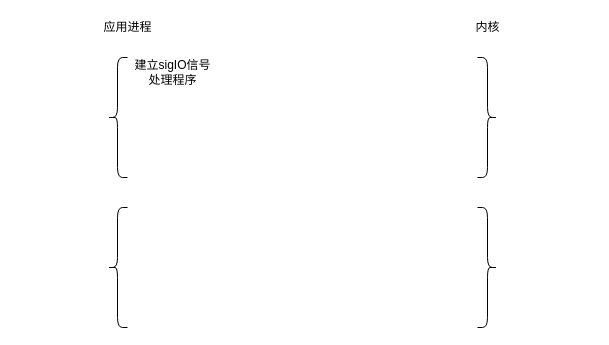
This is Untitled Diagram.drawio from tanshuanglin/tansony, a draw.io file, before an edit. Source tidied: cells renumbered, new cells numbered last; positions are measured from the earlier drawing's top-left corner, leaving out a move shared by most shapes. Both pictures are drawn from the tidied source at 100%, with x=0, y=0 at pixel (97, 17).
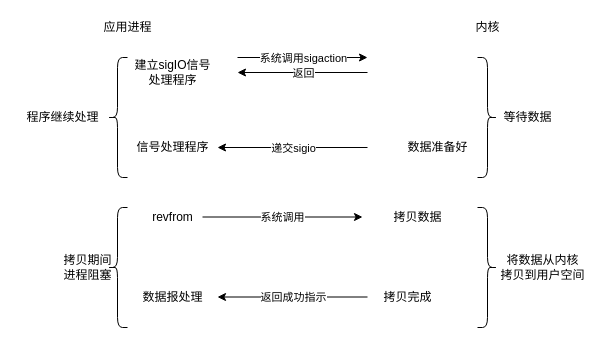
The same page after the edit.

Change to the diagram source:
```diff
@@
+    <mxCell id="9" style="endArrow=classic;html=1;" parent="1" edge="1">
+      <mxGeometry relative="1" as="geometry">
+        <mxPoint x="140" y="40" as="sourcePoint" />
+        <mxPoint x="270" y="40" as="targetPoint" />
+      </mxGeometry>
+    </mxCell>
+    <mxCell id="10" value="系统调用sigaction" style="edgeLabel;html=1;align=center;verticalAlign=middle;" parent="9" vertex="1">
+      <mxGeometry relative="1" as="geometry" />
+    </mxCell>
+    <mxCell id="11" style="endArrow=classic;html=1;" parent="1" edge="1">
+      <mxGeometry relative="1" as="geometry">
+        <mxPoint x="270" y="55" as="sourcePoint" />
+        <mxPoint x="140" y="55" as="targetPoint" />
+      </mxGeometry>
+    </mxCell>
+    <mxCell id="12" value="返回" style="edgeLabel;html=1;align=center;verticalAlign=middle;" parent="11" vertex="1">
+      <mxGeometry relative="1" as="geometry" />
+    </mxCell>
+    <mxCell id="13" value="数据准备好" style="text;html=1;align=center;verticalAlign=middle;strokeColor=none;" parent="1" vertex="1">
+      <mxGeometry x="300" y="120" width="80" height="20" as="geometry" />
+    </mxCell>
+    <mxCell id="14" value="信号处理程序" style="text;html=1;align=center;verticalAlign=middle;points=[];strokeColor=none;" parent="1" vertex="1">
+      <mxGeometry x="30" y="120" width="90" height="20" as="geometry" />
+    </mxCell>
+    <mxCell id="15" value="拷贝数据" style="text;html=1;align=center;verticalAlign=middle;strokeColor=none;" parent="1" vertex="1">
+      <mxGeometry x="290" y="190" width="60" height="20" as="geometry" />
+    </mxCell>
+    <mxCell id="16" value="拷贝完成" style="text;html=1;align=center;verticalAlign=middle;strokeColor=none;" parent="1" vertex="1">
+      <mxGeometry x="280" y="270" width="60" height="20" as="geometry" />
+    </mxCell>
+    <mxCell id="17" value="revfrom" style="text;html=1;align=center;verticalAlign=middle;strokeColor=none;" parent="1" vertex="1">
+      <mxGeometry x="45" y="190" width="60" height="20" as="geometry" />
+    </mxCell>
+    <mxCell id="18" value="数据报处理" style="text;html=1;align=center;verticalAlign=middle;strokeColor=none;" parent="1" vertex="1">
+      <mxGeometry x="35" y="270" width="80" height="20" as="geometry" />
+    </mxCell>
+    <mxCell id="19" value="系统调用" style="endArrow=classic;html=1;" parent="1" edge="1">
+      <mxGeometry relative="1" as="geometry">
+        <mxPoint x="105" y="199.5" as="sourcePoint" />
+        <mxPoint x="265" y="199.5" as="targetPoint" />
+      </mxGeometry>
+    </mxCell>
+    <mxCell id="20" style="endArrow=classic;html=1;" parent="1" edge="1" target="14">
+      <mxGeometry relative="1" as="geometry">
+        <mxPoint x="270" y="130" as="sourcePoint" />
+      </mxGeometry>
+    </mxCell>
+    <mxCell id="21" value="递交sigio" style="edgeLabel;html=1;align=center;verticalAlign=middle;" parent="20" vertex="1">
+      <mxGeometry relative="1" as="geometry" />
+    </mxCell>
+    <mxCell id="22" style="endArrow=classic;html=1;" parent="1" edge="1">
+      <mxGeometry relative="1" as="geometry">
+        <mxPoint x="270" y="279.5" as="sourcePoint" />
+        <mxPoint x="120" y="279.5" as="targetPoint" />
+      </mxGeometry>
+    </mxCell>
+    <mxCell id="23" value="返回成功指示" style="edgeLabel;html=1;align=center;verticalAlign=middle;" parent="22" vertex="1">
+      <mxGeometry relative="1" as="geometry" />
+    </mxCell>
+    <mxCell id="24" value="程序继续处理" style="text;html=1;align=center;verticalAlign=middle;strokeColor=none;" parent="1" vertex="1">
+      <mxGeometry x="-80" y="90" width="90" height="20" as="geometry" />
+    </mxCell>
+    <mxCell id="25" value="等待数据" style="text;html=1;align=center;verticalAlign=middle;strokeColor=none;" parent="1" vertex="1">
+      <mxGeometry x="400" y="90" width="60" height="20" as="geometry" />
+    </mxCell>
+    <mxCell id="26" value="将数据从内核&lt;br&gt;拷贝到用户空间" style="text;html=1;align=center;verticalAlign=middle;strokeColor=none;" parent="1" vertex="1">
+      <mxGeometry x="395" y="235" width="100" height="30" as="geometry" />
+    </mxCell>
+    <mxCell id="27" value="拷贝期间&lt;br&gt;进程阻塞" style="text;html=1;align=center;verticalAlign=middle;strokeColor=none;" parent="1" vertex="1">
+      <mxGeometry x="-40" y="235" width="60" height="30" as="geometry" />
+    </mxCell>
```
